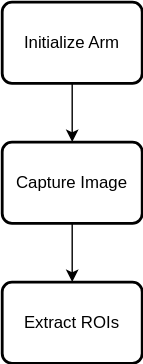
This is ColorSorterFlow.svg from harshjoshi320/color_detector, a draw.io export, as it was before one commit. Source tidied: cells renumbered, new cells last; positions are measured from the earlier drawing's top-left corner, leaving out a move shared by most shapes.
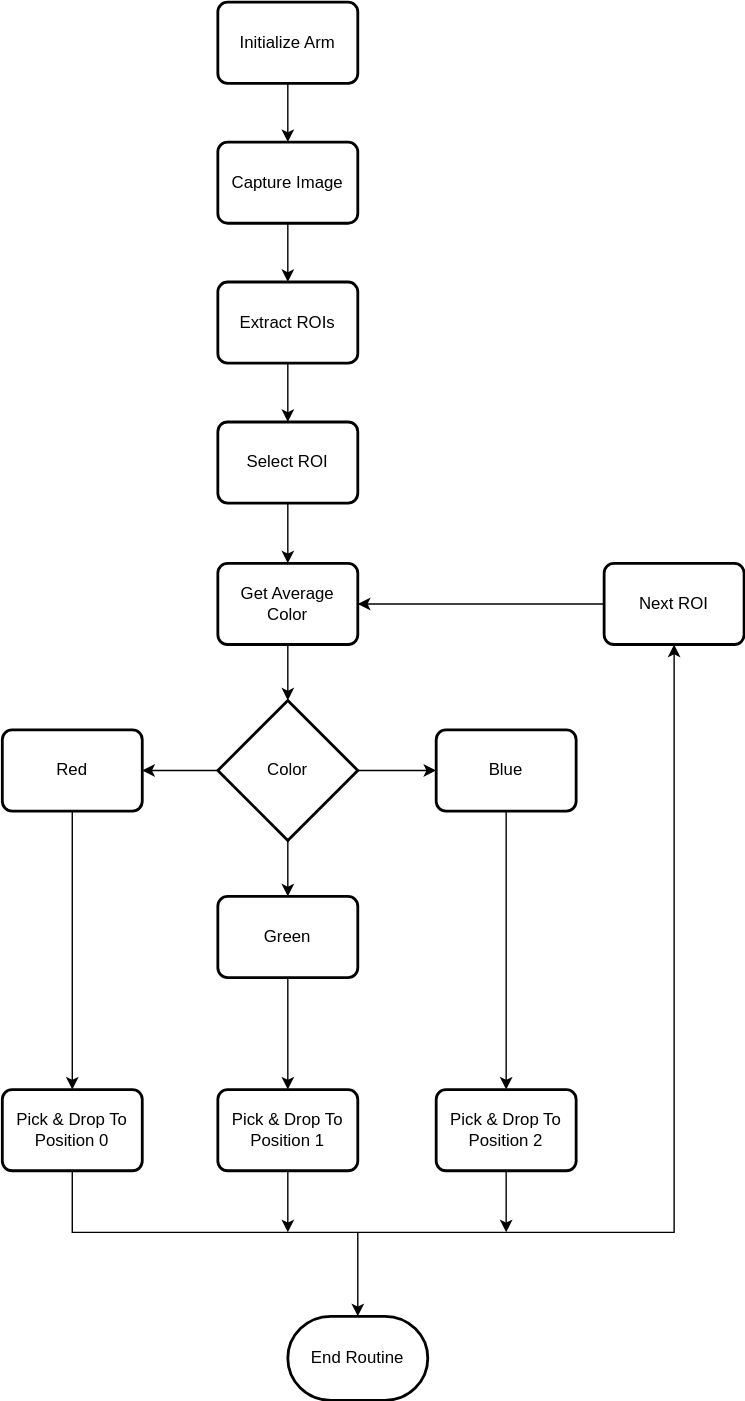
After the commit.

Change to the diagram source:
```diff
@@ -14,8 +14,97 @@
     <mxCell id="5" value="Capture Image" style="rounded=1;whiteSpace=wrap;html=1;absoluteArcSize=1;arcSize=14;strokeWidth=2;" parent="1" vertex="1">
       <mxGeometry y="100" width="100" height="58" as="geometry" />
     </mxCell>
+    <mxCell id="7" style="edgeStyle=orthogonalEdgeStyle;rounded=0;jettySize=auto;html=1;" parent="1" edge="1" source="6" target="9">
+      <mxGeometry relative="1" as="geometry" />
+    </mxCell>
     <mxCell id="6" value="Extract ROIs" style="rounded=1;whiteSpace=wrap;html=1;absoluteArcSize=1;arcSize=14;strokeWidth=2;" parent="1" vertex="1">
       <mxGeometry y="200" width="100" height="58" as="geometry" />
     </mxCell>
+    <mxCell id="8" style="edgeStyle=orthogonalEdgeStyle;rounded=0;jettySize=auto;html=1;" parent="1" edge="1" source="9" target="12">
+      <mxGeometry relative="1" as="geometry" />
+    </mxCell>
+    <mxCell id="9" value="Select ROI" style="rounded=1;whiteSpace=wrap;html=1;absoluteArcSize=1;arcSize=14;strokeWidth=2;" parent="1" vertex="1">
+      <mxGeometry y="300" width="100" height="58" as="geometry" />
+    </mxCell>
+    <mxCell id="10" style="edgeStyle=orthogonalEdgeStyle;rounded=0;jettySize=auto;html=1;" parent="1" edge="1" source="12" target="16">
+      <mxGeometry relative="1" as="geometry" />
+    </mxCell>
+    <mxCell id="11" style="edgeStyle=orthogonalEdgeStyle;rounded=0;jettySize=auto;html=1;" parent="1" edge="1" source="13" target="12">
+      <mxGeometry relative="1" as="geometry" />
+    </mxCell>
+    <mxCell id="12" value="Get Average Color" style="rounded=1;whiteSpace=wrap;html=1;absoluteArcSize=1;arcSize=14;strokeWidth=2;" parent="1" vertex="1">
+      <mxGeometry y="401" width="100" height="58" as="geometry" />
+    </mxCell>
+    <mxCell id="13" value="Next ROI" style="rounded=1;whiteSpace=wrap;html=1;absoluteArcSize=1;arcSize=14;strokeWidth=2;" parent="1" vertex="1">
+      <mxGeometry x="276" y="401" width="100" height="58" as="geometry" />
+    </mxCell>
+    <mxCell id="14" style="edgeStyle=orthogonalEdgeStyle;rounded=0;jettySize=auto;html=1;" parent="1" edge="1" source="16" target="18">
+      <mxGeometry relative="1" as="geometry" />
+    </mxCell>
+    <mxCell id="15" style="edgeStyle=orthogonalEdgeStyle;rounded=0;jettySize=auto;html=1;" parent="1" edge="1" source="16" target="22">
+      <mxGeometry relative="1" as="geometry" />
+    </mxCell>
+    <mxCell id="16" value="Color" style="strokeWidth=2;html=1;shape=mxgraph.flowchart.decision;whiteSpace=wrap;" parent="1" vertex="1">
+      <mxGeometry y="499" width="100" height="100" as="geometry" />
+    </mxCell>
+    <mxCell id="17" style="edgeStyle=orthogonalEdgeStyle;rounded=0;jettySize=auto;html=1;" parent="1" edge="1" source="18" target="20">
+      <mxGeometry relative="1" as="geometry" />
+    </mxCell>
+    <mxCell id="18" value="Blue" style="rounded=1;whiteSpace=wrap;html=1;absoluteArcSize=1;arcSize=14;strokeWidth=2;" parent="1" vertex="1">
+      <mxGeometry x="156" y="520" width="100" height="58" as="geometry" />
+    </mxCell>
+    <mxCell id="19" style="edgeStyle=orthogonalEdgeStyle;rounded=0;jettySize=auto;html=1;" parent="1" edge="1" source="20">
+      <mxGeometry relative="1" as="geometry">
+        <mxPoint x="206" y="879" as="targetPoint" />
+      </mxGeometry>
+    </mxCell>
+    <mxCell id="20" value="Pick &amp;amp; Drop To Position 2" style="rounded=1;whiteSpace=wrap;html=1;absoluteArcSize=1;arcSize=14;strokeWidth=2;" parent="1" vertex="1">
+      <mxGeometry x="156" y="777" width="100" height="58" as="geometry" />
+    </mxCell>
+    <mxCell id="21" style="edgeStyle=orthogonalEdgeStyle;rounded=0;jettySize=auto;html=1;" parent="1" edge="1" source="22" target="24">
+      <mxGeometry relative="1" as="geometry" />
+    </mxCell>
+    <mxCell id="22" value="Red" style="rounded=1;whiteSpace=wrap;html=1;absoluteArcSize=1;arcSize=14;strokeWidth=2;" parent="1" vertex="1">
+      <mxGeometry x="-154" y="520" width="100" height="58" as="geometry" />
+    </mxCell>
+    <mxCell id="23" style="edgeStyle=orthogonalEdgeStyle;rounded=0;jettySize=auto;html=1;entryX=0.5;entryY=1;entryDx=0;entryDy=0;" parent="1" edge="1" source="24" target="13">
+      <mxGeometry relative="1" as="geometry">
+        <Array as="points">
+          <mxPoint x="-104" y="879" />
+          <mxPoint x="326" y="879" />
+        </Array>
+      </mxGeometry>
+    </mxCell>
+    <mxCell id="24" value="Pick &amp;amp; Drop To Position 0" style="rounded=1;whiteSpace=wrap;html=1;absoluteArcSize=1;arcSize=14;strokeWidth=2;" parent="1" vertex="1">
+      <mxGeometry x="-154" y="777" width="100" height="58" as="geometry" />
+    </mxCell>
+    <mxCell id="25" style="edgeStyle=orthogonalEdgeStyle;rounded=0;jettySize=auto;html=1;" parent="1" edge="1" source="26" target="28">
+      <mxGeometry relative="1" as="geometry" />
+    </mxCell>
+    <mxCell id="26" value="Green" style="rounded=1;whiteSpace=wrap;html=1;absoluteArcSize=1;arcSize=14;strokeWidth=2;" parent="1" vertex="1">
+      <mxGeometry y="639" width="100" height="58" as="geometry" />
+    </mxCell>
+    <mxCell id="27" style="edgeStyle=orthogonalEdgeStyle;rounded=0;jettySize=auto;html=1;" parent="1" edge="1" source="28">
+      <mxGeometry relative="1" as="geometry">
+        <mxPoint x="50" y="879" as="targetPoint" />
+      </mxGeometry>
+    </mxCell>
+    <mxCell id="28" value="Pick &amp;amp; Drop To Position 1" style="rounded=1;whiteSpace=wrap;html=1;absoluteArcSize=1;arcSize=14;strokeWidth=2;" parent="1" vertex="1">
+      <mxGeometry y="777" width="100" height="58" as="geometry" />
+    </mxCell>
+    <mxCell id="29" style="edgeStyle=orthogonalEdgeStyle;rounded=0;orthogonalLoop=1;jettySize=auto;html=1;" parent="1" edge="1">
+      <mxGeometry relative="1" as="geometry">
+        <mxPoint x="50" y="599" as="sourcePoint" />
+        <mxPoint x="50" y="639" as="targetPoint" />
+      </mxGeometry>
+    </mxCell>
+    <mxCell id="30" style="edgeStyle=orthogonalEdgeStyle;rounded=0;jettySize=auto;html=1;" parent="1" edge="1" target="31">
+      <mxGeometry relative="1" as="geometry">
+        <mxPoint x="100" y="879" as="sourcePoint" />
+      </mxGeometry>
+    </mxCell>
+    <mxCell id="31" value="End Routine" style="strokeWidth=2;html=1;shape=mxgraph.flowchart.terminator;whiteSpace=wrap;" parent="1" vertex="1">
+      <mxGeometry x="50" y="939" width="100" height="60" as="geometry" />
+    </mxCell>
   </root>
 </mxGraphModel>
```
